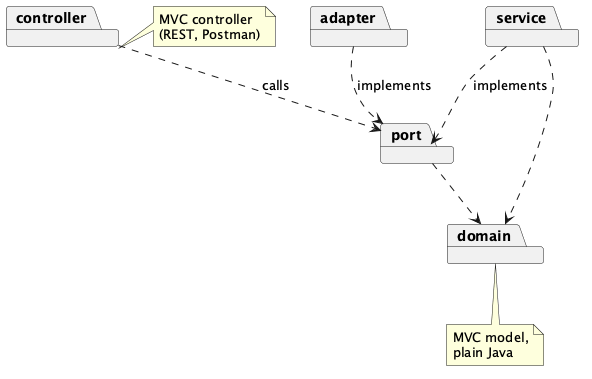
Before: report/architecture/package-diagram.png, a diagram exported from PlantUML (CS6451-Advanced-Software-Design/Gym-Membership).
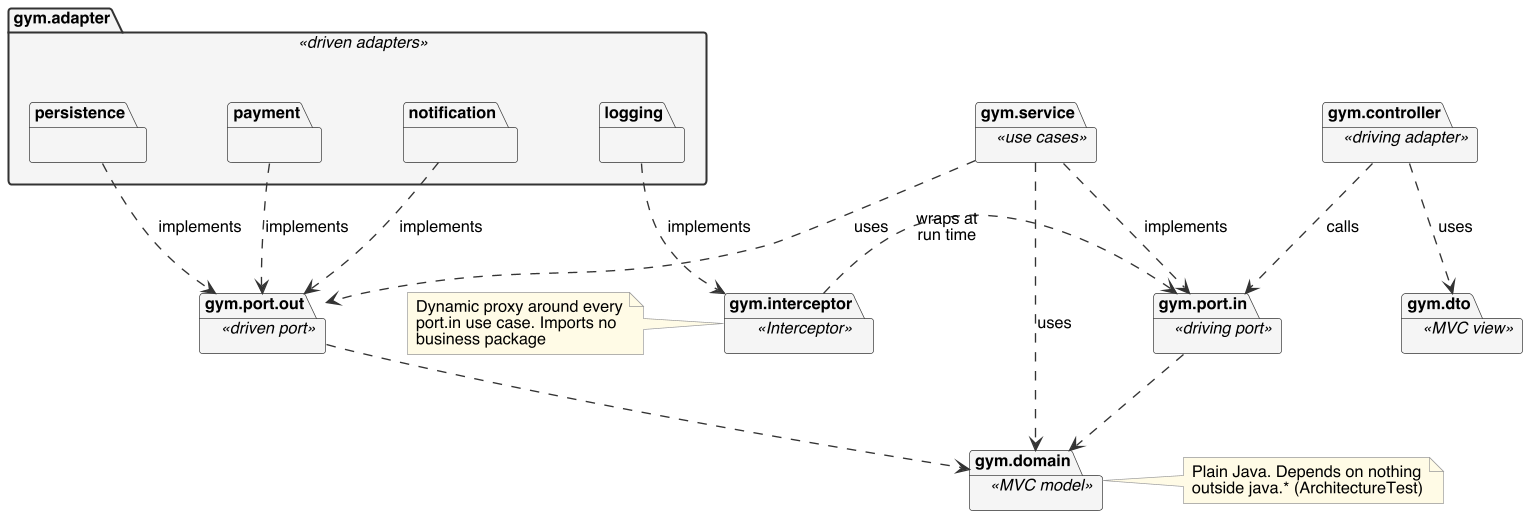
Above is the later version.

Commit message:
docs: redraw the package diagram to match the skeleton packages

Split port into port.in and port.out, add dto, the four driven adapters
and the interceptor package, and label each package with its MVC or
Hexagonal role.

Diff of the diagram source:
```diff
@@ -1,19 +1,59 @@
-@startuml package-diagram
-!include ../style.iuml
+@startuml
+!include common.iuml
+set separator none
 skinparam packageStyle folder
+skinparam package {
+  BackgroundColor #F5F5F5
+  BorderColor #333333
+}
+skinparam nodesep 60
+skinparam ranksep 70
 
-package controller
-package service
-package port
-package adapter
-package domain
+package gym.controller <<driving adapter>> {
+}
+package gym.dto <<MVC view>> {
+}
+package gym.interceptor <<Interceptor>> {
+}
+package gym.port.in <<driving port>> {
+}
+package gym.service <<use cases>> {
+}
+package gym.port.out <<driven port>> {
+}
+package gym.domain <<MVC model>> {
+}
+package gym.adapter <<driven adapters>> {
+  package persistence {
+  }
+  package payment {
+  }
+  package notification {
+  }
+  package logging {
+  }
+}
 
-controller ..> port : calls
-service ..> port : implements
-adapter ..> port : implements
-service ..> domain
-port ..> domain
+gym.controller ..> gym.dto : uses
+gym.controller ..> gym.port.in : calls
+gym.interceptor .> gym.port.in : wraps at\nrun time
+gym.service ..> gym.port.in : implements
+gym.service ..> gym.port.out : uses
+gym.service ..> gym.domain : uses
+gym.port.in ..> gym.domain
+gym.port.out ..> gym.domain
+persistence ..> gym.port.out : implements
+payment ..> gym.port.out : implements
+notification ..> gym.port.out : implements
+logging ..> gym.interceptor : implements
 
-note right of controller : MVC controller\n(REST, Postman)
-note bottom of domain : MVC model,\nplain Java
+note right of gym.domain
+  Plain Java. Depends on nothing
+  outside java.* (ArchitectureTest)
+end note
+note left of gym.interceptor
+  Dynamic proxy around every
+  port.in use case. Imports no
+  business package
+end note
 @enduml
```
